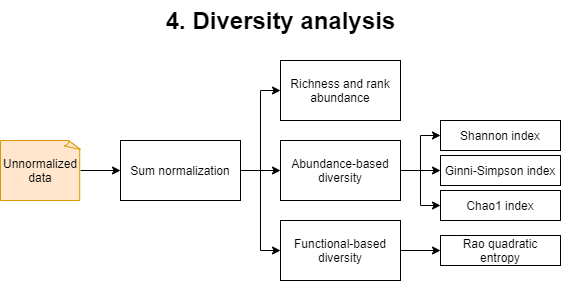
Before: docs/4_diversity.png, a diagram exported from draw.io (Coayala/MetaboDirect). Source tidied: cells renumbered, new cells last; positions are measured from the earlier drawing's top-left corner, leaving out a move shared by most shapes. Its diagram source:
```xml
<mxGraphModel>
  <root>
    <mxCell id="0" />
    <mxCell id="1" parent="0" />
    <mxCell id="2" style="edgeStyle=orthogonalEdgeStyle;rounded=0;jettySize=auto;html=1;" parent="1" edge="1" source="3" target="12">
      <mxGeometry relative="1" as="geometry" />
    </mxCell>
    <mxCell id="3" value="Unnormalized data" style="whiteSpace=wrap;html=1;shape=mxgraph.basic.document;fillColor=#ffe6cc;strokeColor=#d79b00;" parent="1" vertex="1">
      <mxGeometry y="140" width="80" height="60" as="geometry" />
    </mxCell>
    <mxCell id="4" value="4. Diversity analysis" style="text;strokeColor=none;fillColor=none;html=1;fontSize=24;fontStyle=1;verticalAlign=middle;align=center;" parent="1" vertex="1">
      <mxGeometry width="560" height="40" as="geometry" />
    </mxCell>
    <mxCell id="5" style="edgeStyle=orthogonalEdgeStyle;rounded=0;jettySize=auto;html=1;" parent="1" edge="1" source="8" target="18">
      <mxGeometry relative="1" as="geometry" />
    </mxCell>
    <mxCell id="6" style="edgeStyle=orthogonalEdgeStyle;rounded=0;jettySize=auto;html=1;entryX=0;entryY=0.5;entryDx=0;entryDy=0;" parent="1" edge="1" source="8" target="17">
      <mxGeometry relative="1" as="geometry" />
    </mxCell>
    <mxCell id="7" style="edgeStyle=orthogonalEdgeStyle;rounded=0;jettySize=auto;html=1;entryX=0;entryY=0.5;entryDx=0;entryDy=0;" parent="1" edge="1" source="8" target="16">
      <mxGeometry relative="1" as="geometry" />
    </mxCell>
    <mxCell id="8" value="Abundance-based diversity" style="rounded=0;whiteSpace=wrap;html=1;" parent="1" vertex="1">
      <mxGeometry x="280" y="140" width="120" height="60" as="geometry" />
    </mxCell>
    <mxCell id="9" style="edgeStyle=orthogonalEdgeStyle;rounded=0;jettySize=auto;html=1;" parent="1" edge="1" source="12" target="8">
      <mxGeometry relative="1" as="geometry" />
    </mxCell>
    <mxCell id="10" style="edgeStyle=orthogonalEdgeStyle;rounded=0;jettySize=auto;html=1;entryX=0;entryY=0.5;entryDx=0;entryDy=0;" parent="1" edge="1" source="12" target="15">
      <mxGeometry relative="1" as="geometry" />
    </mxCell>
    <mxCell id="11" style="edgeStyle=orthogonalEdgeStyle;rounded=0;jettySize=auto;html=1;entryX=0;entryY=0.5;entryDx=0;entryDy=0;" parent="1" edge="1" source="12" target="14">
      <mxGeometry relative="1" as="geometry" />
    </mxCell>
    <mxCell id="12" value="Sum normalization" style="rounded=0;whiteSpace=wrap;html=1;" parent="1" vertex="1">
      <mxGeometry x="120" y="140" width="120" height="60" as="geometry" />
    </mxCell>
    <mxCell id="13" style="edgeStyle=orthogonalEdgeStyle;rounded=0;jettySize=auto;html=1;" parent="1" edge="1" source="14" target="19">
      <mxGeometry relative="1" as="geometry" />
    </mxCell>
    <mxCell id="14" value="Functional-based diversity" style="rounded=0;whiteSpace=wrap;html=1;" parent="1" vertex="1">
      <mxGeometry x="280" y="220" width="120" height="60" as="geometry" />
    </mxCell>
    <mxCell id="15" value="Richness and rank abundance" style="rounded=0;whiteSpace=wrap;html=1;" parent="1" vertex="1">
      <mxGeometry x="280" y="60" width="120" height="60" as="geometry" />
    </mxCell>
    <mxCell id="16" value="Shannon index" style="rounded=0;whiteSpace=wrap;html=1;" parent="1" vertex="1">
      <mxGeometry x="440" y="120" width="120" height="30" as="geometry" />
    </mxCell>
    <mxCell id="17" value="Ginni-Simpson index" style="rounded=0;whiteSpace=wrap;html=1;" parent="1" vertex="1">
      <mxGeometry x="440" y="155" width="120" height="30" as="geometry" />
    </mxCell>
    <mxCell id="18" value="Chao1 index" style="rounded=0;whiteSpace=wrap;html=1;" parent="1" vertex="1">
      <mxGeometry x="440" y="190" width="120" height="30" as="geometry" />
    </mxCell>
    <mxCell id="19" value="Rao quadratic entropy" style="rounded=0;whiteSpace=wrap;html=1;" parent="1" vertex="1">
      <mxGeometry x="440" y="235" width="120" height="30" as="geometry" />
    </mxCell>
  </root>
</mxGraphModel>
```
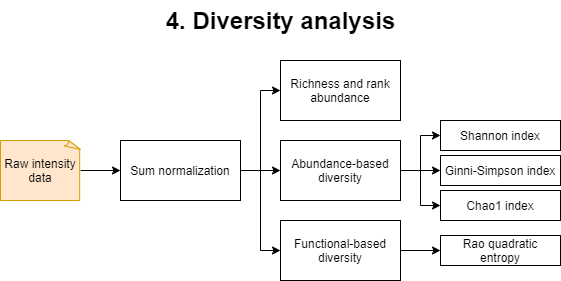
The same diagram one commit later.

Change to the diagram source:
```diff
@@ -5,7 +5,7 @@
     <mxCell id="2" style="edgeStyle=orthogonalEdgeStyle;rounded=0;jettySize=auto;html=1;" parent="1" edge="1" source="3" target="12">
       <mxGeometry relative="1" as="geometry" />
     </mxCell>
-    <mxCell id="3" value="Unnormalized data" style="whiteSpace=wrap;html=1;shape=mxgraph.basic.document;fillColor=#ffe6cc;strokeColor=#d79b00;" parent="1" vertex="1">
+    <mxCell id="3" value="Raw intensity data" style="whiteSpace=wrap;html=1;shape=mxgraph.basic.document;fillColor=#ffe6cc;strokeColor=#d79b00;" parent="1" vertex="1">
       <mxGeometry y="140" width="80" height="60" as="geometry" />
     </mxCell>
     <mxCell id="4" value="4. Diversity analysis" style="text;strokeColor=none;fillColor=none;html=1;fontSize=24;fontStyle=1;verticalAlign=middle;align=center;" parent="1" vertex="1">
```
